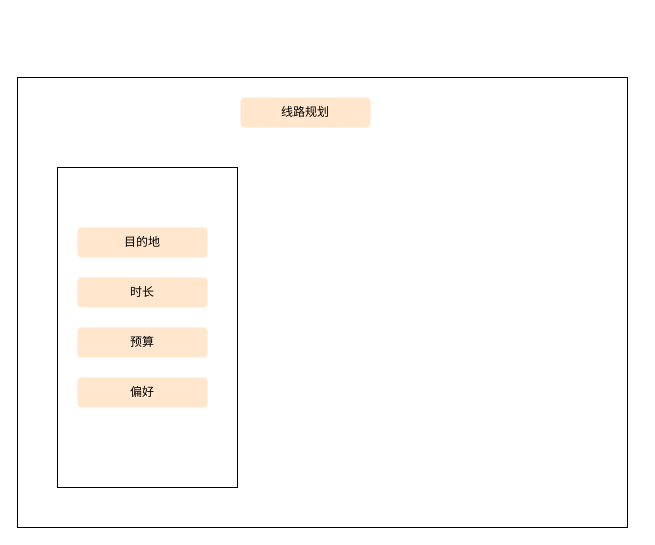
Above: AI.drawio in z-cloud-z/draw (draw.io), before the change. Source tidied: cells renumbered, new cells numbered last; positions are measured from the earlier drawing's top-left corner, leaving out a move shared by most shapes. Both pictures are drawn from the tidied source at 100%, with x=0, y=0 at pixel (17, 77).
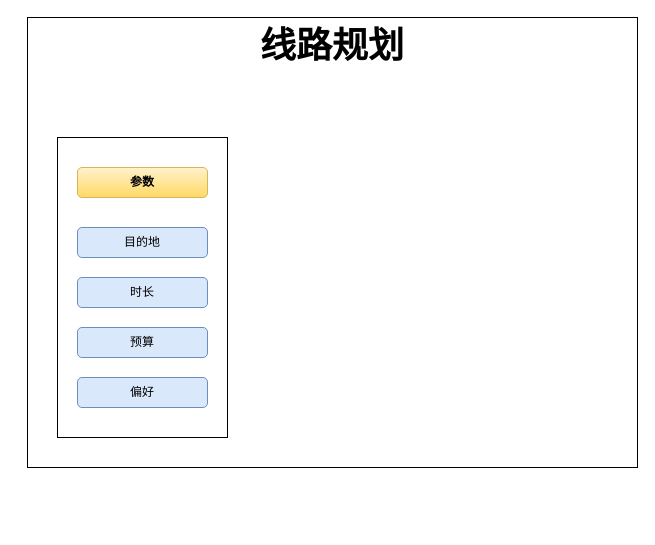
After the change.

The edit, as a diff of the source:
```diff
@@
 <mxGraphModel>
   <root>
     <mxCell id="0" />
     <mxCell id="1" parent="0" />
-    <mxCell id="2" style="rounded=0;whiteSpace=wrap;html=1;" parent="1" vertex="1">
-      <mxGeometry width="610" height="450" as="geometry" />
+    <mxCell id="2" value="线路规划" style="rounded=0;whiteSpace=wrap;html=1;verticalAlign=top;fontStyle=1;fontSize=36;" parent="1" vertex="1">
+      <mxGeometry x="10" y="-60" width="610" height="450" as="geometry" />
     </mxCell>
-    <mxCell id="3" value="线路规划" style="text;html=1;align=center;verticalAlign=middle;whiteSpace=wrap;rounded=1;fillColor=#ffe6cc;strokeColor=none;" parent="1" vertex="1">
-      <mxGeometry x="223" y="20" width="130" height="30" as="geometry" />
-    </mxCell>
     <mxCell id="4" style="rounded=0;whiteSpace=wrap;html=1;" parent="1" vertex="1">
-      <mxGeometry x="40" y="90" width="180" height="320" as="geometry" />
+      <mxGeometry x="40" y="60" width="170" height="300" as="geometry" />
     </mxCell>
-    <mxCell id="5" value="目的地" style="text;html=1;align=center;verticalAlign=middle;whiteSpace=wrap;rounded=1;fillColor=#ffe6cc;strokeColor=none;" parent="1" vertex="1">
+    <mxCell id="5" value="目的地" style="text;html=1;align=center;verticalAlign=middle;whiteSpace=wrap;rounded=1;fillColor=#dae8fc;strokeColor=#6c8ebf;" parent="1" vertex="1">
       <mxGeometry x="60" y="150" width="130" height="30" as="geometry" />
     </mxCell>
-    <mxCell id="6" value="时长" style="text;html=1;align=center;verticalAlign=middle;whiteSpace=wrap;rounded=1;fillColor=#ffe6cc;strokeColor=none;" parent="1" vertex="1">
+    <mxCell id="6" value="时长" style="text;html=1;align=center;verticalAlign=middle;whiteSpace=wrap;rounded=1;fillColor=#dae8fc;strokeColor=#6c8ebf;" parent="1" vertex="1">
       <mxGeometry x="60" y="200" width="130" height="30" as="geometry" />
     </mxCell>
-    <mxCell id="7" value="预算" style="text;html=1;align=center;verticalAlign=middle;whiteSpace=wrap;rounded=1;fillColor=#ffe6cc;strokeColor=none;" parent="1" vertex="1">
+    <mxCell id="7" value="预算" style="text;html=1;align=center;verticalAlign=middle;whiteSpace=wrap;rounded=1;fillColor=#dae8fc;strokeColor=#6c8ebf;" parent="1" vertex="1">
       <mxGeometry x="60" y="250" width="130" height="30" as="geometry" />
     </mxCell>
-    <mxCell id="8" value="偏好" style="text;html=1;align=center;verticalAlign=middle;whiteSpace=wrap;rounded=1;fillColor=#ffe6cc;strokeColor=none;" parent="1" vertex="1">
+    <mxCell id="8" value="偏好" style="text;html=1;align=center;verticalAlign=middle;whiteSpace=wrap;rounded=1;fillColor=#dae8fc;strokeColor=#6c8ebf;" parent="1" vertex="1">
       <mxGeometry x="60" y="300" width="130" height="30" as="geometry" />
     </mxCell>
+    <mxCell id="9" value="参数" style="text;html=1;align=center;verticalAlign=middle;whiteSpace=wrap;rounded=1;fillColor=#fff2cc;strokeColor=#d6b656;gradientColor=#ffd966;fontStyle=1;" parent="1" vertex="1">
+      <mxGeometry x="60" y="90" width="130" height="30" as="geometry" />
+    </mxCell>
   </root>
 </mxGraphModel>
```
